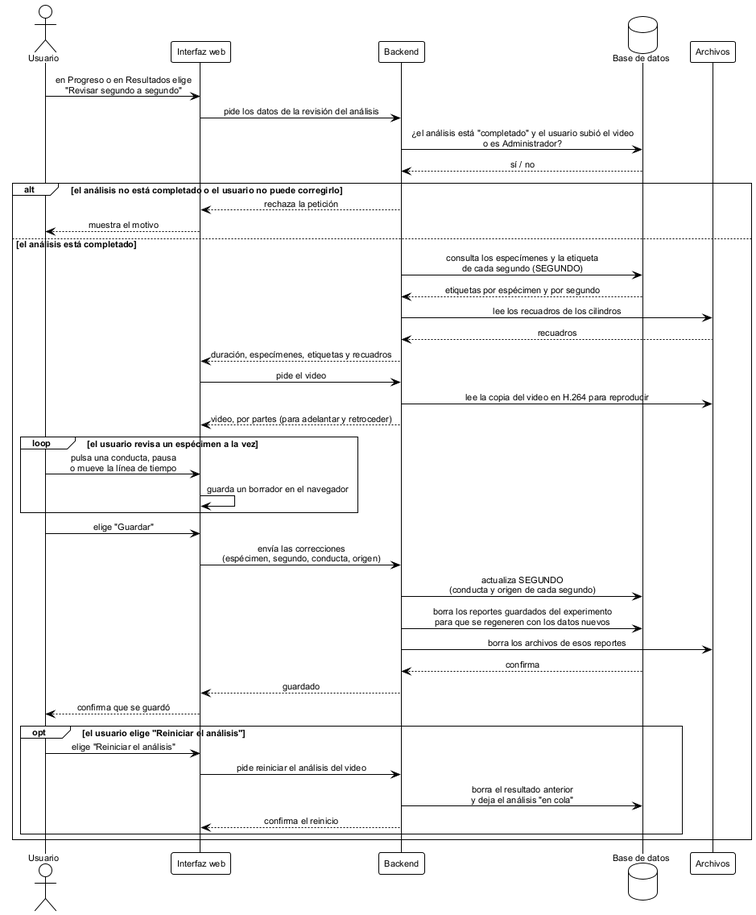
Before: figures/diagramas/seq_revision_segundos.png, a diagram exported from PlantUML (ErickJester/fst-ai-system-latex).
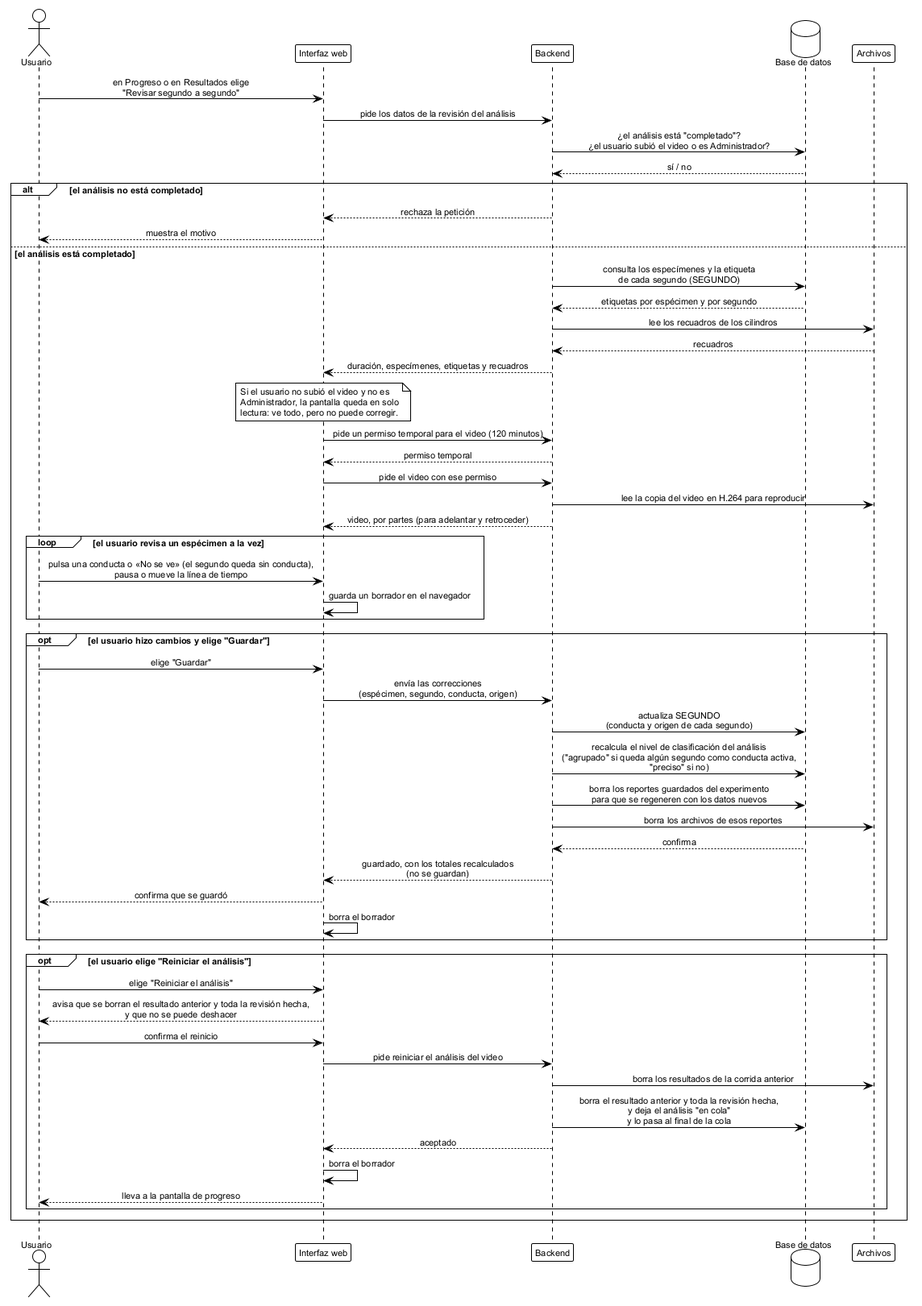
The same file after the commit.

Change to the diagram source:
```diff
@@ -15,10 +15,10 @@
 
 u -> ui: en Progreso o en Resultados elige\n"Revisar segundo a segundo"
 ui -> api: pide los datos de la revisión del análisis
-api -> db: ¿el análisis está "completado" y el usuario subió el video\no es Administrador?
+api -> db: ¿el análisis está "completado"?\n¿el usuario subió el video o es Administrador?
 db --> api: sí / no
 
-alt el análisis no está completado o el usuario no puede corregirlo
+alt el análisis no está completado
   api --> ui: rechaza la petición
   ui --> u: muestra el motivo
 else el análisis está completado
@@ -27,29 +27,45 @@
   api -> fs: lee los recuadros de los cilindros
   fs --> api: recuadros
   api --> ui: duración, especímenes, etiquetas y recuadros
-  ui -> api: pide el video
+  note over ui
+    Si el usuario no subió el video y no es
+    Administrador, la pantalla queda en solo
+    lectura: ve todo, pero no puede corregir.
+  end note
+  ui -> api: pide un permiso temporal para el video (120 minutos)
+  api --> ui: permiso temporal
+  ui -> api: pide el video con ese permiso
   api -> fs: lee la copia del video en H.264 para reproducir
   api --> ui: video, por partes (para adelantar y retroceder)
 
   loop el usuario revisa un espécimen a la vez
-    u -> ui: pulsa una conducta, pausa\no mueve la línea de tiempo
+    u -> ui: pulsa una conducta o «No se ve» (el segundo queda sin conducta),\npausa o mueve la línea de tiempo
     ui -> ui: guarda un borrador en el navegador
   end
 
-  u -> ui: elige "Guardar"
-  ui -> api: envía las correcciones\n(espécimen, segundo, conducta, origen)
-  api -> db: actualiza SEGUNDO\n(conducta y origen de cada segundo)
-  api -> db: borra los reportes guardados del experimento\npara que se regeneren con los datos nuevos
-  api -> fs: borra los archivos de esos reportes
-  db --> api: confirma
-  api --> ui: guardado
-  ui --> u: confirma que se guardó
+  opt el usuario hizo cambios y elige "Guardar"
+    u -> ui: elige "Guardar"
+    ui -> api: envía las correcciones\n(espécimen, segundo, conducta, origen)
+    api -> db: actualiza SEGUNDO\n(conducta y origen de cada segundo)
+    api -> db: recalcula el nivel de clasificación del análisis\n("agrupado" si queda algún segundo como conducta activa,\n"preciso" si no)
+    api -> db: borra los reportes guardados del experimento\npara que se regeneren con los datos nuevos
+    api -> fs: borra los archivos de esos reportes
+    db --> api: confirma
+    api --> ui: guardado, con los totales recalculados\n(no se guardan)
+    ui --> u: confirma que se guardó
+    ui -> ui: borra el borrador
+  end
 
   opt el usuario elige "Reiniciar el análisis"
     u -> ui: elige "Reiniciar el análisis"
+    ui --> u: avisa que se borran el resultado anterior y toda la revisión hecha,\ny que no se puede deshacer
+    u -> ui: confirma el reinicio
     ui -> api: pide reiniciar el análisis del video
-    api -> db: borra el resultado anterior\ny deja el análisis "en cola"
-    api --> ui: confirma el reinicio
+    api -> fs: borra los resultados de la corrida anterior
+    api -> db: borra el resultado anterior y toda la revisión hecha,\ny deja el análisis "en cola"\ny lo pasa al final de la cola
+    api --> ui: aceptado
+    ui -> ui: borra el borrador
+    ui --> u: lleva a la pantalla de progreso
   end
 end
 @enduml
```
